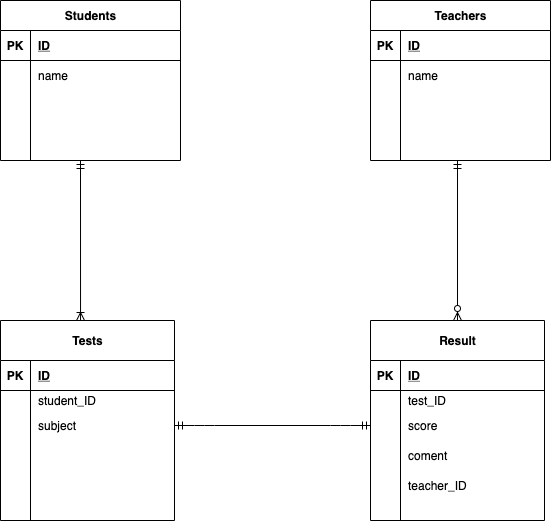
Before: index.drawio.png, a diagram exported from draw.io (UYA17/database_test). Source tidied: cells renumbered, new cells last; positions are measured from the earlier drawing's top-left corner, leaving out a move shared by most shapes.
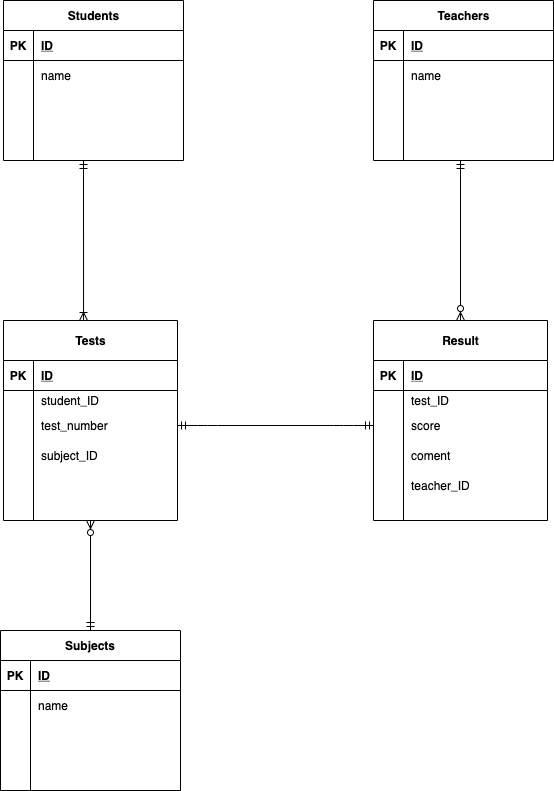
Above is the later version.

What changed in the source:
```diff
@@ -107,7 +107,7 @@
     <mxCell id="36" style="shape=partialRectangle;fillColor=none;top=0;left=0;bottom=0;right=0;overflow=hidden;" parent="35" vertex="1">
       <mxGeometry width="30" height="30" as="geometry" />
     </mxCell>
-    <mxCell id="37" value="subject" style="shape=partialRectangle;fillColor=none;top=0;left=0;bottom=0;right=0;align=left;spacingLeft=6;overflow=hidden;" parent="35" vertex="1">
+    <mxCell id="37" value="test_number" style="shape=partialRectangle;fillColor=none;top=0;left=0;bottom=0;right=0;align=left;spacingLeft=6;overflow=hidden;" parent="35" vertex="1">
       <mxGeometry x="30" width="144" height="30" as="geometry" />
     </mxCell>
     <mxCell id="38" style="shape=partialRectangle;fillColor=none;top=0;left=0;bottom=0;right=0;" parent="28" vertex="1">
@@ -116,7 +116,7 @@
     <mxCell id="39" style="shape=partialRectangle;fillColor=none;top=0;left=0;bottom=0;right=0;overflow=hidden;" parent="38" vertex="1">
       <mxGeometry width="30" height="30" as="geometry" />
     </mxCell>
-    <mxCell id="40" style="shape=partialRectangle;fillColor=none;top=0;left=0;bottom=0;right=0;align=left;spacingLeft=6;overflow=hidden;" parent="38" vertex="1">
+    <mxCell id="40" value="subject_ID" style="shape=partialRectangle;fillColor=none;top=0;left=0;bottom=0;right=0;align=left;spacingLeft=6;overflow=hidden;" parent="38" vertex="1">
       <mxGeometry x="30" width="144" height="30" as="geometry" />
     </mxCell>
     <mxCell id="41" style="shape=partialRectangle;fillColor=none;top=0;left=0;bottom=0;right=0;" parent="28" vertex="1">
@@ -190,5 +190,47 @@
         <mxPoint x="457" y="320" as="targetPoint" />
       </mxGeometry>
     </mxCell>
+    <mxCell id="63" value="Subjects" style="shape=table;startSize=30;rowLines=0;fontStyle=1;align=center;" parent="1" vertex="1">
+      <mxGeometry x="-3" y="630" width="180" height="160" as="geometry" />
+    </mxCell>
+    <mxCell id="64" style="shape=partialRectangle;fillColor=none;top=0;left=0;bottom=1;right=0;" parent="63" vertex="1">
+      <mxGeometry y="30" width="180" height="30" as="geometry" />
+    </mxCell>
+    <mxCell id="65" value="PK" style="shape=partialRectangle;fillColor=none;top=0;left=0;bottom=0;right=0;fontStyle=1;overflow=hidden;" parent="64" vertex="1">
+      <mxGeometry width="30" height="30" as="geometry" />
+    </mxCell>
+    <mxCell id="66" value="ID" style="shape=partialRectangle;fillColor=none;top=0;left=0;bottom=0;right=0;align=left;spacingLeft=6;fontStyle=5;overflow=hidden;" parent="64" vertex="1">
+      <mxGeometry x="30" width="150" height="30" as="geometry" />
+    </mxCell>
+    <mxCell id="67" style="shape=partialRectangle;fillColor=none;top=0;left=0;bottom=0;right=0;" parent="63" vertex="1">
+      <mxGeometry y="60" width="180" height="30" as="geometry" />
+    </mxCell>
+    <mxCell id="68" style="shape=partialRectangle;fillColor=none;top=0;left=0;bottom=0;right=0;overflow=hidden;" parent="67" vertex="1">
+      <mxGeometry width="30" height="30" as="geometry" />
+    </mxCell>
+    <mxCell id="69" value="name" style="shape=partialRectangle;fillColor=none;top=0;left=0;bottom=0;right=0;align=left;spacingLeft=6;overflow=hidden;" parent="67" vertex="1">
+      <mxGeometry x="30" width="150" height="30" as="geometry" />
+    </mxCell>
+    <mxCell id="70" style="shape=partialRectangle;fillColor=none;top=0;left=0;bottom=0;right=0;" parent="63" vertex="1">
+      <mxGeometry y="90" width="180" height="30" as="geometry" />
+    </mxCell>
+    <mxCell id="71" style="shape=partialRectangle;fillColor=none;top=0;left=0;bottom=0;right=0;overflow=hidden;" parent="70" vertex="1">
+      <mxGeometry width="30" height="30" as="geometry" />
+    </mxCell>
+    <mxCell id="72" style="shape=partialRectangle;fillColor=none;top=0;left=0;bottom=0;right=0;align=left;spacingLeft=6;overflow=hidden;" parent="70" vertex="1">
+      <mxGeometry x="30" width="150" height="30" as="geometry" />
+    </mxCell>
+    <mxCell id="73" style="shape=partialRectangle;fillColor=none;top=0;left=0;bottom=0;right=0;" parent="63" vertex="1">
+      <mxGeometry y="120" width="180" height="30" as="geometry" />
+    </mxCell>
+    <mxCell id="74" style="shape=partialRectangle;fillColor=none;top=0;left=0;bottom=0;right=0;overflow=hidden;" parent="73" vertex="1">
+      <mxGeometry width="30" height="30" as="geometry" />
+    </mxCell>
+    <mxCell id="75" style="shape=partialRectangle;fillColor=none;top=0;left=0;bottom=0;right=0;align=left;spacingLeft=6;overflow=hidden;" parent="73" vertex="1">
+      <mxGeometry x="30" width="150" height="30" as="geometry" />
+    </mxCell>
+    <mxCell id="76" style="fontSize=12;html=1;endArrow=ERzeroToMany;startArrow=ERmandOne;entryX=0.5;entryY=1;entryDx=0;entryDy=0;exitX=0.5;exitY=0;exitDx=0;exitDy=0;" parent="1" edge="1" source="63" target="28">
+      <mxGeometry relative="1" as="geometry" />
+    </mxCell>
   </root>
 </mxGraphModel>
```
